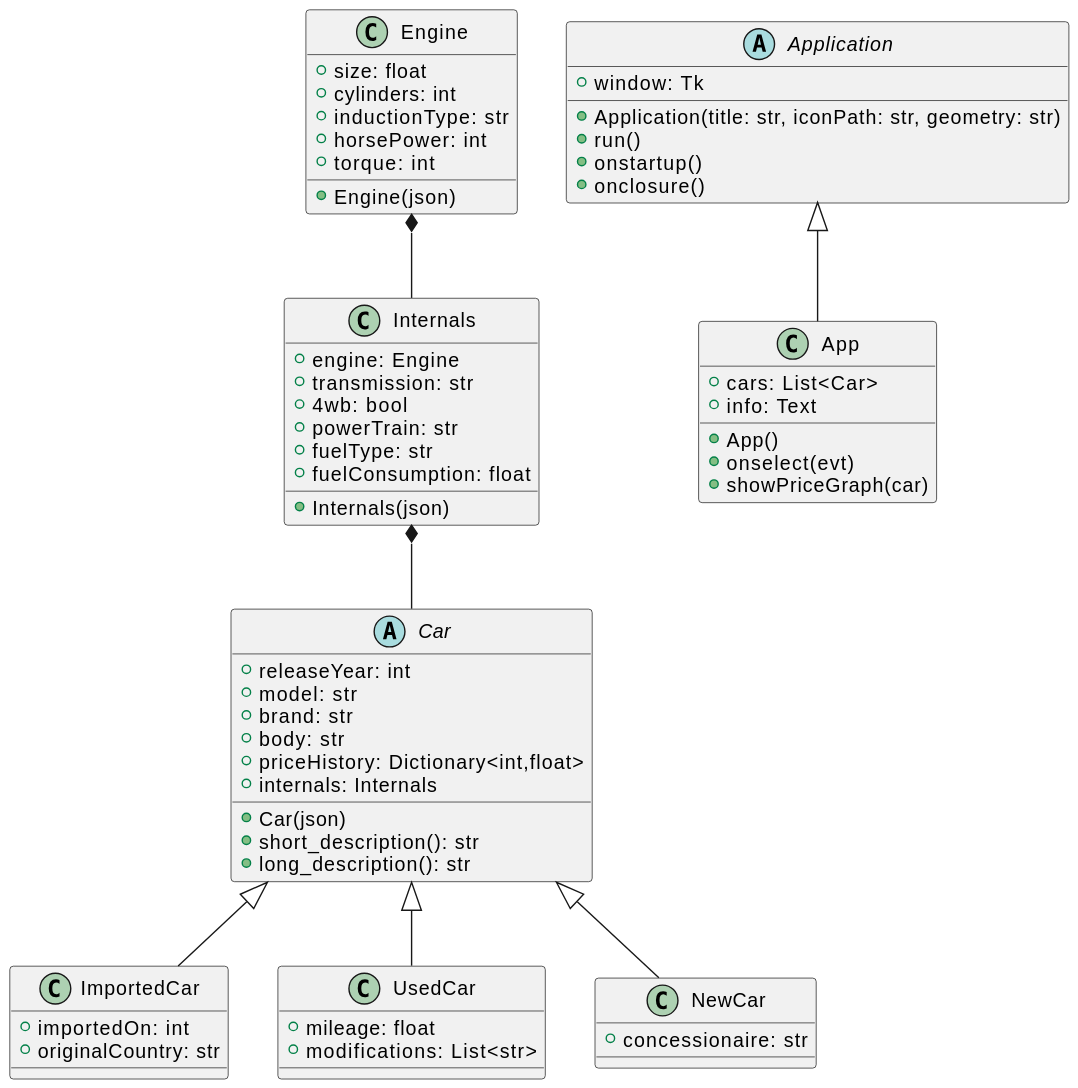
Earlier version of the PlantUML export docs/Diagram.svg (ooplata/carpedia). Its diagram source:
```plantuml
@startuml
class ImportedCar extends Car {
    +importedOn: int
    +originalCountry: str
}

class UsedCar extends Car {
    +mileage: float
    +modifications: List<str>
}

class NewCar extends Car {
    +concessionaire: str
}

Engine *-- Internals
Internals *-- Car

abstract class Car {
    +Car(json)

    +releaseYear: int
    +model: str
    +brand: str
    +body: str
    +priceHistory: Dictionary<int,float>
    +internals: Internals

    +short_description(): str
    +long_description(): str
}

class Internals {
    +Internals(json)

    +engine: Engine
    +transmission: str
    +4wb: bool
    +powerTrain: str
    +fuelType: str
    +fuelConsumption: float
}

class Engine {
    +Engine(json)

    +size: float
    +cylinders: int
    +inductionType: str
    +horsePower: int
    +torque: int
}

abstract class Application {
    +Application(title: str, iconPath: str, geometry: str)
    +window: Tk

    +run()
    +onstartup()
    +onclosure()
}

class App extends Application {
    +App()

    +cars: List<Car>
    +info: Text

    +onselect(evt)
    +showPriceGraph(car)
}
@enduml
```
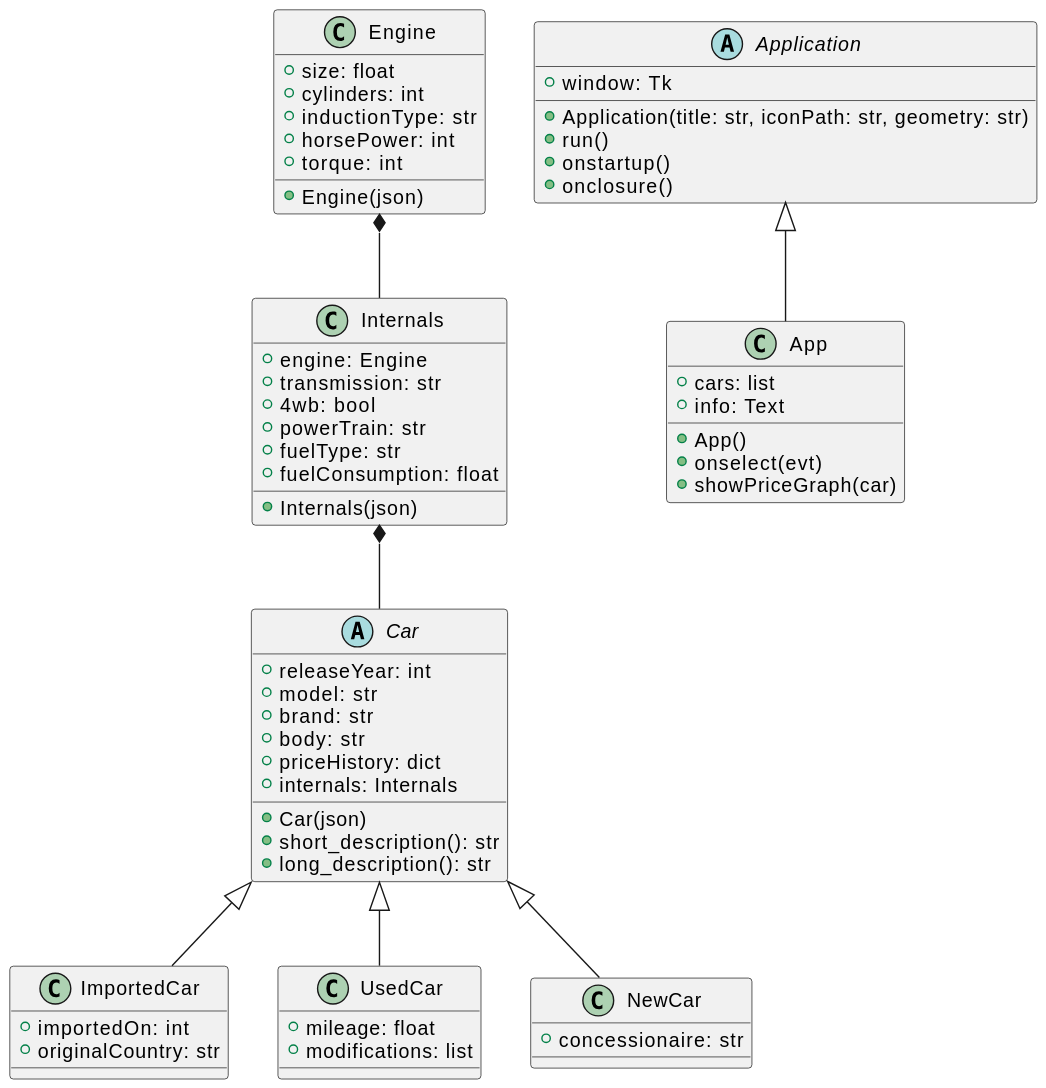
After the change.

Commit message:
Final touches to UML diagram

Diff of the diagram source:
```diff
@@ -6,7 +6,7 @@
 
 class UsedCar extends Car {
     +mileage: float
-    +modifications: List<str>
+    +modifications: list
 }
 
 class NewCar extends Car {
@@ -23,7 +23,7 @@
     +model: str
     +brand: str
     +body: str
-    +priceHistory: Dictionary<int,float>
+    +priceHistory: dict
     +internals: Internals
 
     +short_description(): str
@@ -63,7 +63,7 @@
 class App extends Application {
     +App()
 
-    +cars: List<Car>
+    +cars: list
     +info: Text
 
     +onselect(evt)
```
